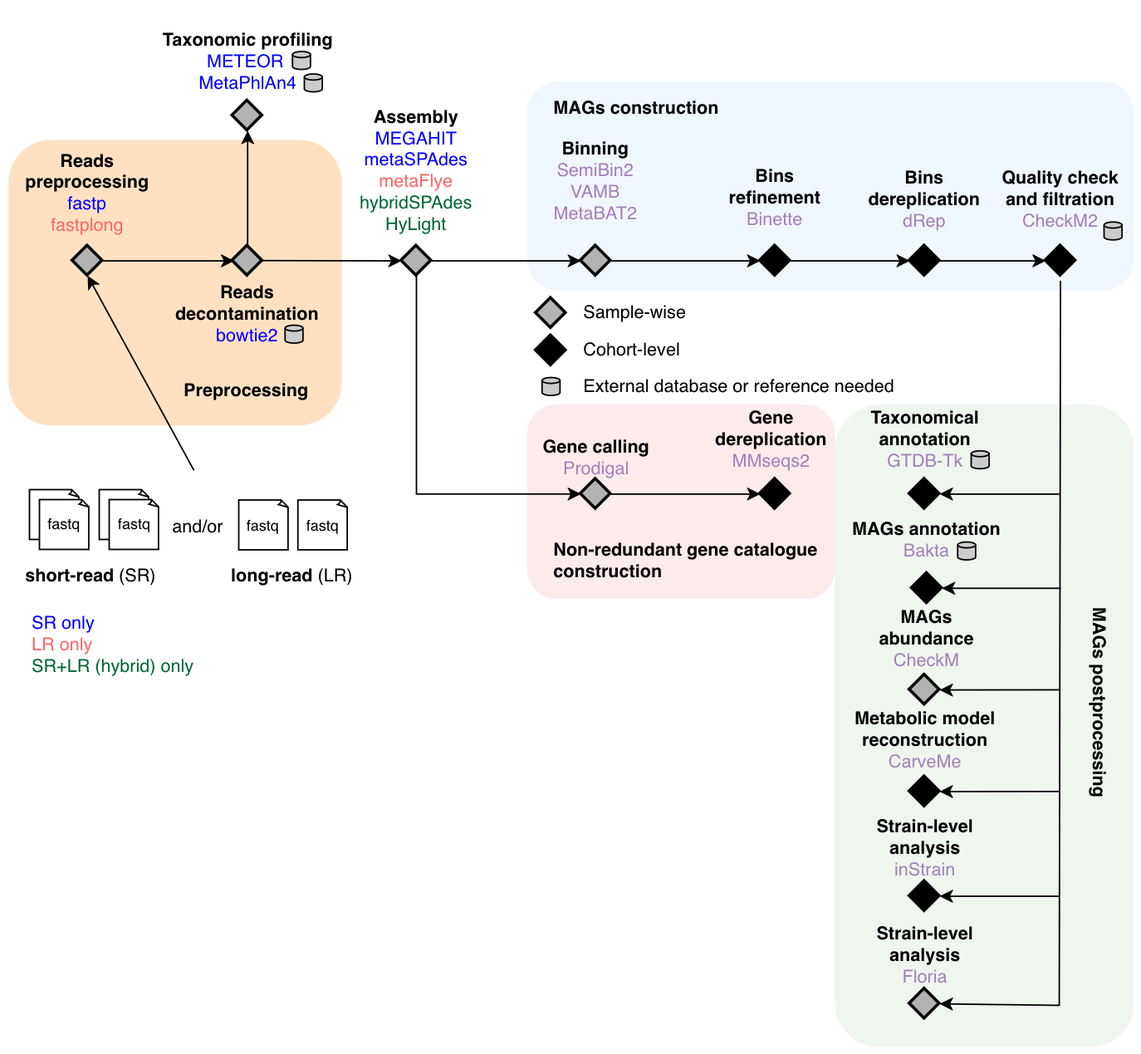
UMMISCO/strainmake keeps this draw.io diagram as v0.1.0-pre.png. Above is the earlier version. Source tidied: cells renumbered, new cells last; positions are measured from the earlier drawing's top-left corner, leaving out a move shared by most shapes.
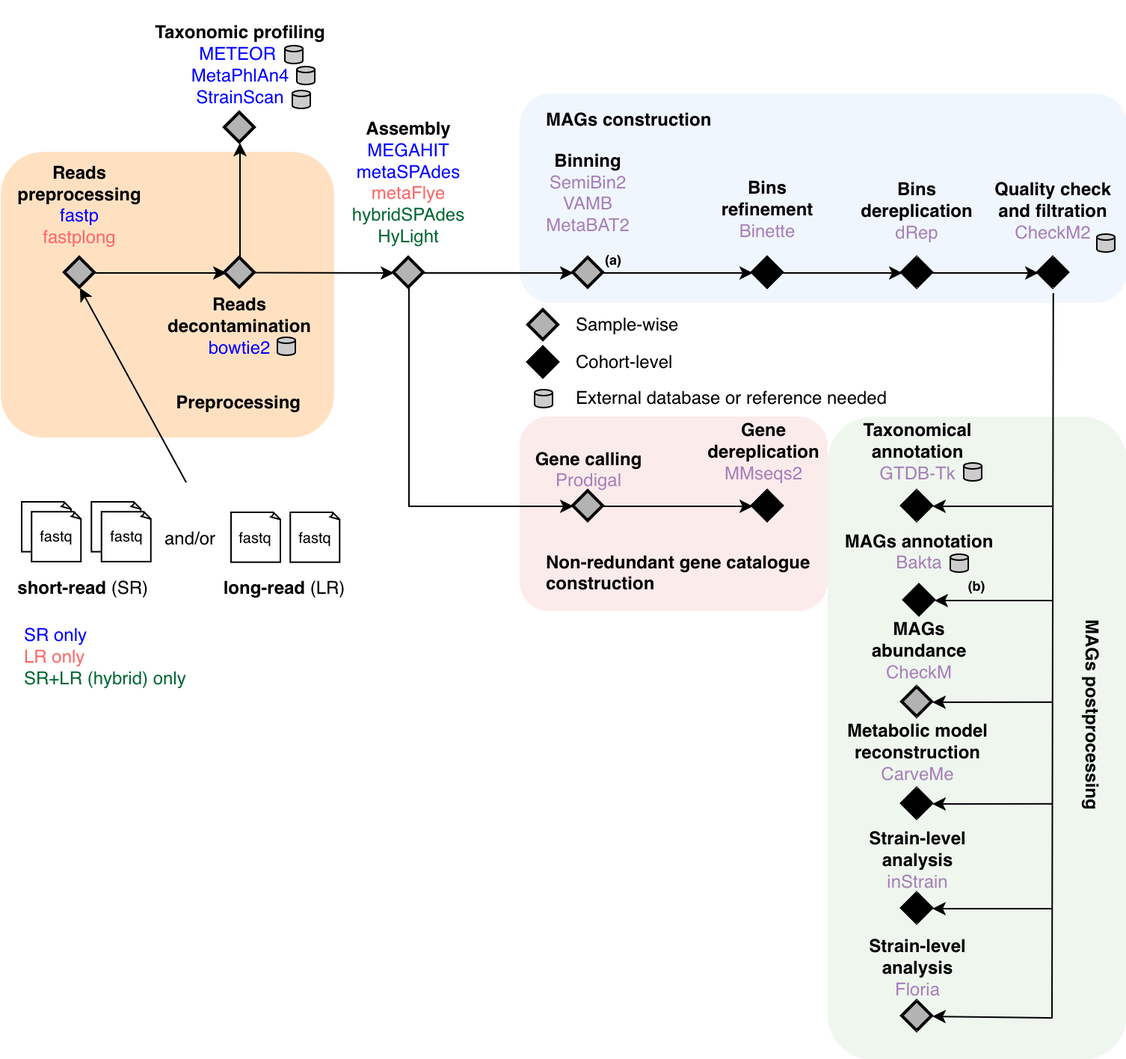
The same diagram one commit later.

Commit message:
Adding StrainScan for strain-level profiling (#58)

What changed in the source:
```diff
@@ -79,8 +79,8 @@
     <mxCell id="26" style="rhombus;whiteSpace=wrap;html=1;fillColor=#B3B3B3;strokeColor=default;strokeWidth=2;" parent="1" vertex="1">
       <mxGeometry x="150" y="43" width="20" height="20" as="geometry" />
     </mxCell>
-    <mxCell id="27" value="&lt;div&gt;&lt;br&gt;&lt;/div&gt;&lt;div&gt;&lt;b&gt;&lt;span style=&quot;color: rgb(0, 0, 0);&quot;&gt;Taxonomic profiling&lt;/span&gt;&lt;/b&gt;&lt;/div&gt;&lt;div&gt;METEOR&amp;nbsp;&lt;/div&gt;&lt;div&gt;MetaPhlAn4&lt;/div&gt;" style="text;html=1;align=center;verticalAlign=middle;whiteSpace=wrap;rounded=0;fontColor=#0000FF;" parent="1" vertex="1">
-      <mxGeometry x="88.5" width="143" height="20" as="geometry" />
+    <mxCell id="27" value="&lt;div&gt;&lt;br&gt;&lt;/div&gt;&lt;div&gt;&lt;b&gt;&lt;span style=&quot;color: rgb(0, 0, 0);&quot;&gt;Taxonomic profiling&lt;/span&gt;&lt;/b&gt;&lt;/div&gt;&lt;div&gt;METEOR&amp;nbsp;&lt;/div&gt;&lt;div&gt;MetaPhlAn4&lt;/div&gt;&lt;div&gt;StrainScan&lt;/div&gt;" style="text;html=1;align=center;verticalAlign=middle;whiteSpace=wrap;rounded=0;fontColor=#0000FF;" parent="1" vertex="1">
+      <mxGeometry x="88.5" y="-6" width="143" height="20" as="geometry" />
     </mxCell>
     <mxCell id="28" style="endArrow=classic;html=1;rounded=0;exitX=1;exitY=0.5;exitDx=0;exitDy=0;entryX=0;entryY=0.5;entryDx=0;entryDy=0;" parent="1" edge="1" target="29">
       <mxGeometry relative="1" as="geometry">
@@ -210,10 +210,10 @@
       <mxGeometry x="657" y="439" width="148" height="30" as="geometry" />
     </mxCell>
     <mxCell id="67" style="strokeWidth=1;html=1;shape=mxgraph.flowchart.database;whiteSpace=wrap;fillColor=#CCCCCC;" parent="1" vertex="1">
-      <mxGeometry x="190" y="10" width="12" height="12" as="geometry" />
+      <mxGeometry x="190" y="-2" width="12" height="12" as="geometry" />
     </mxCell>
     <mxCell id="68" style="strokeWidth=1;html=1;shape=mxgraph.flowchart.database;whiteSpace=wrap;fillColor=#CCCCCC;" parent="1" vertex="1">
-      <mxGeometry x="198" y="25" width="12" height="12" as="geometry" />
+      <mxGeometry x="198" y="12" width="12" height="12" as="geometry" />
     </mxCell>
     <mxCell id="69" style="strokeWidth=1;html=1;shape=mxgraph.flowchart.database;whiteSpace=wrap;fillColor=#CCCCCC;" parent="1" vertex="1">
       <mxGeometry x="185" y="193" width="12" height="12" as="geometry" />
@@ -287,5 +287,14 @@
         <mxPoint x="703" y="575" as="sourcePoint" />
       </mxGeometry>
     </mxCell>
+    <mxCell id="88" value="&lt;b&gt;&lt;font style=&quot;font-size: 9px;&quot;&gt;(a)&lt;/font&gt;&lt;/b&gt;" style="text;whiteSpace=wrap;html=1;align=center;verticalAlign=middle;" parent="1" vertex="1">
+      <mxGeometry x="395" y="131" width="30" height="20" as="geometry" />
+    </mxCell>
+    <mxCell id="89" value="&lt;b&gt;&lt;font style=&quot;font-size: 9px;&quot;&gt;(b)&lt;/font&gt;&lt;/b&gt;" style="text;whiteSpace=wrap;html=1;align=center;verticalAlign=middle;" parent="1" vertex="1">
+      <mxGeometry x="638" y="349" width="30" height="20" as="geometry" />
+    </mxCell>
+    <mxCell id="90" style="strokeWidth=1;html=1;shape=mxgraph.flowchart.database;whiteSpace=wrap;fillColor=#CCCCCC;" parent="1" vertex="1">
+      <mxGeometry x="195" y="28" width="12" height="12" as="geometry" />
+    </mxCell>
   </root>
 </mxGraphModel>
```
